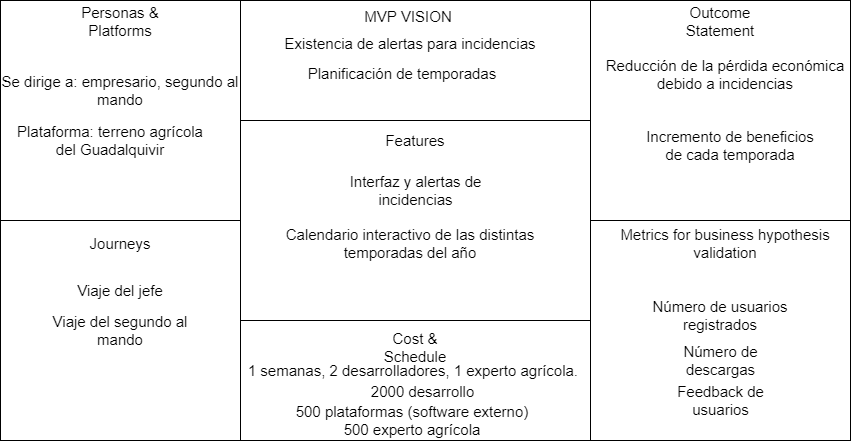
Above: images/Canvas MVP4.png in iarrans/psg1practicas (draw.io), before the change. Source tidied: cells renumbered, new cells last; positions are measured from the earlier drawing's top-left corner, leaving out a move shared by most shapes.
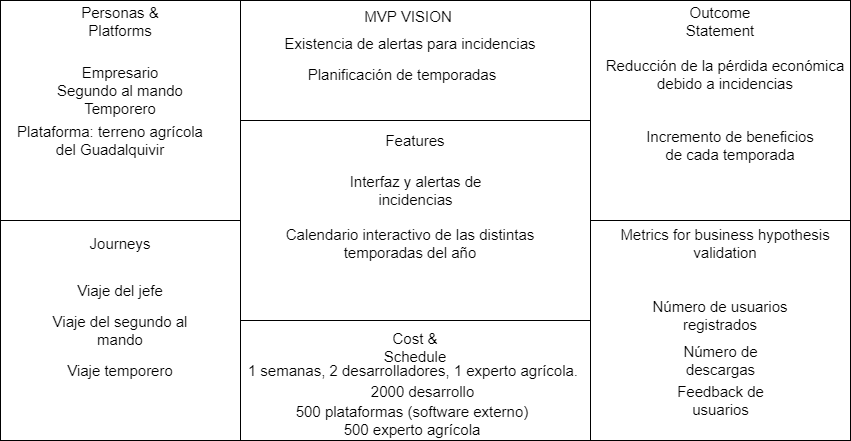
The same file after the commit.

The edit, as a diff of the source:
```diff
@@ -44,7 +44,7 @@
     <mxCell id="15" value="Metrics for business hypothesis validation" style="text;html=1;strokeColor=none;fillColor=none;align=center;verticalAlign=middle;whiteSpace=wrap;rounded=0;fontSize=15;" parent="1" vertex="1">
       <mxGeometry x="610" y="233" width="230" height="20" as="geometry" />
     </mxCell>
-    <mxCell id="16" value="Se dirige a: empresario, segundo al mando" style="text;html=1;strokeColor=none;fillColor=none;align=center;verticalAlign=middle;whiteSpace=wrap;rounded=0;fontSize=15;" parent="1" vertex="1">
+    <mxCell id="16" value="Empresario&lt;br&gt;Segundo al mando&lt;br&gt;Temporero" style="text;html=1;strokeColor=none;fillColor=none;align=center;verticalAlign=middle;whiteSpace=wrap;rounded=0;fontSize=15;" parent="1" vertex="1">
       <mxGeometry y="80" width="240" height="20" as="geometry" />
     </mxCell>
     <mxCell id="17" value="Plataforma: terreno agrícola del Guadalquivir" style="text;html=1;strokeColor=none;fillColor=none;align=center;verticalAlign=middle;whiteSpace=wrap;rounded=0;fontSize=15;" parent="1" vertex="1">
@@ -92,5 +92,8 @@
     <mxCell id="31" value="Feedback de usuarios" style="text;html=1;strokeColor=none;fillColor=none;align=center;verticalAlign=middle;whiteSpace=wrap;rounded=0;fontSize=15;" parent="1" vertex="1">
       <mxGeometry x="667.5" y="390" width="105" height="20" as="geometry" />
     </mxCell>
+    <mxCell id="32" value="Viaje temporero" style="text;html=1;strokeColor=none;fillColor=none;align=center;verticalAlign=middle;whiteSpace=wrap;rounded=0;fontSize=15;" parent="1" vertex="1">
+      <mxGeometry x="50" y="360" width="140" height="20" as="geometry" />
+    </mxCell>
   </root>
 </mxGraphModel>
```
